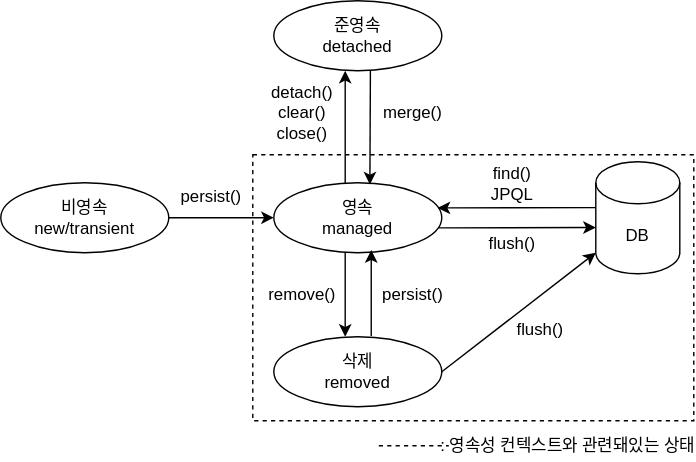
Above: public/posts/tutorials/jpa/3-em-and-persistence-context/entity-lifecycle.svg in oakkim/psvm (draw.io), before the change. Source tidied: cells renumbered, new cells last; positions are measured from the earlier drawing's top-left corner, leaving out a move shared by most shapes.
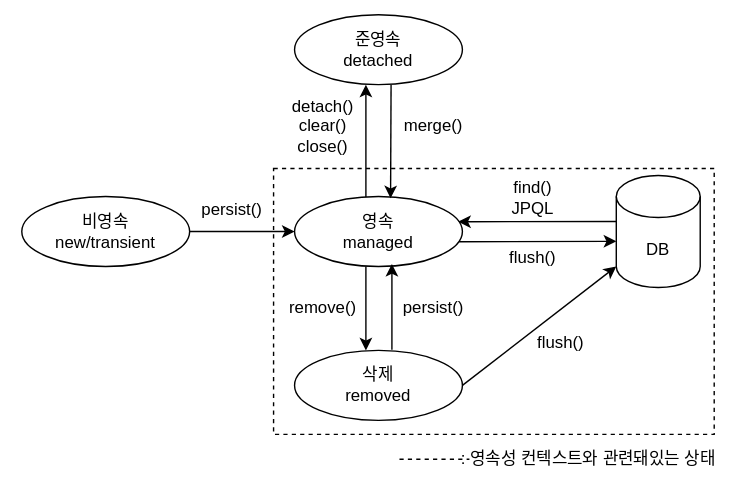
The same diagram one commit later.

Change to the diagram source:
```diff
@@ -2,6 +2,9 @@
   <root>
     <mxCell id="0" />
     <mxCell id="1" parent="0" />
+    <mxCell id="26" style="rounded=0;whiteSpace=wrap;html=1;strokeColor=none;" parent="1" vertex="1">
+      <mxGeometry x="-15" y="-10" width="520" height="340" as="geometry" />
+    </mxCell>
     <mxCell id="2" value="detach()&lt;br&gt;clear()&lt;br&gt;close()" style="text;html=1;align=center;verticalAlign=middle;strokeColor=none;fillColor=none;" parent="1" vertex="1">
       <mxGeometry x="180" y="50" width="70" height="60" as="geometry" />
     </mxCell>
```
